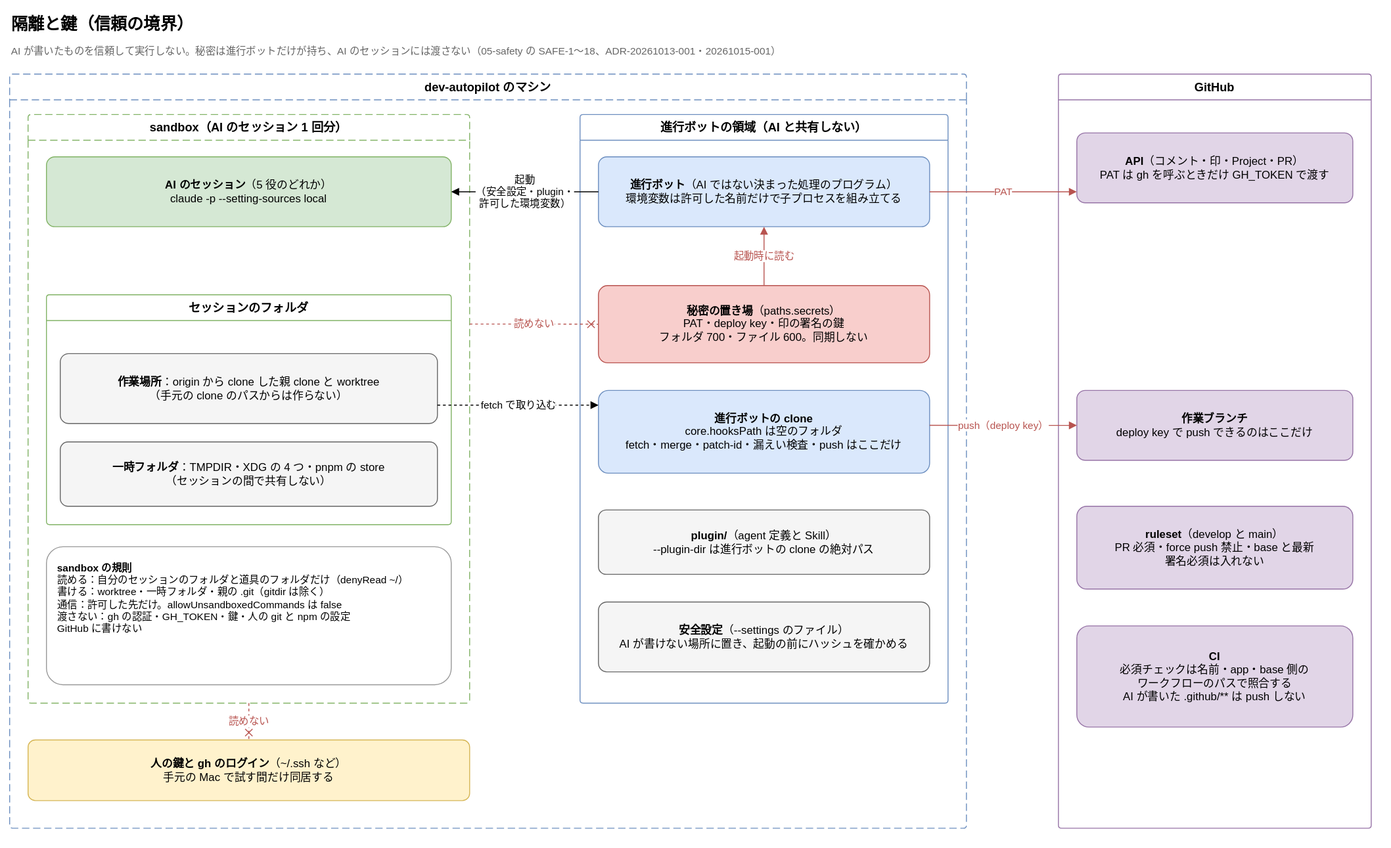
The draw.io diagram dev-autopilot/docs/diagrams/isolation-and-keys.drawio.svg in Joymerrevent/business-os, before a commit. Source tidied: cells renumbered, new cells last; positions are measured from the earlier drawing's top-left corner, leaving out a move shared by most shapes.
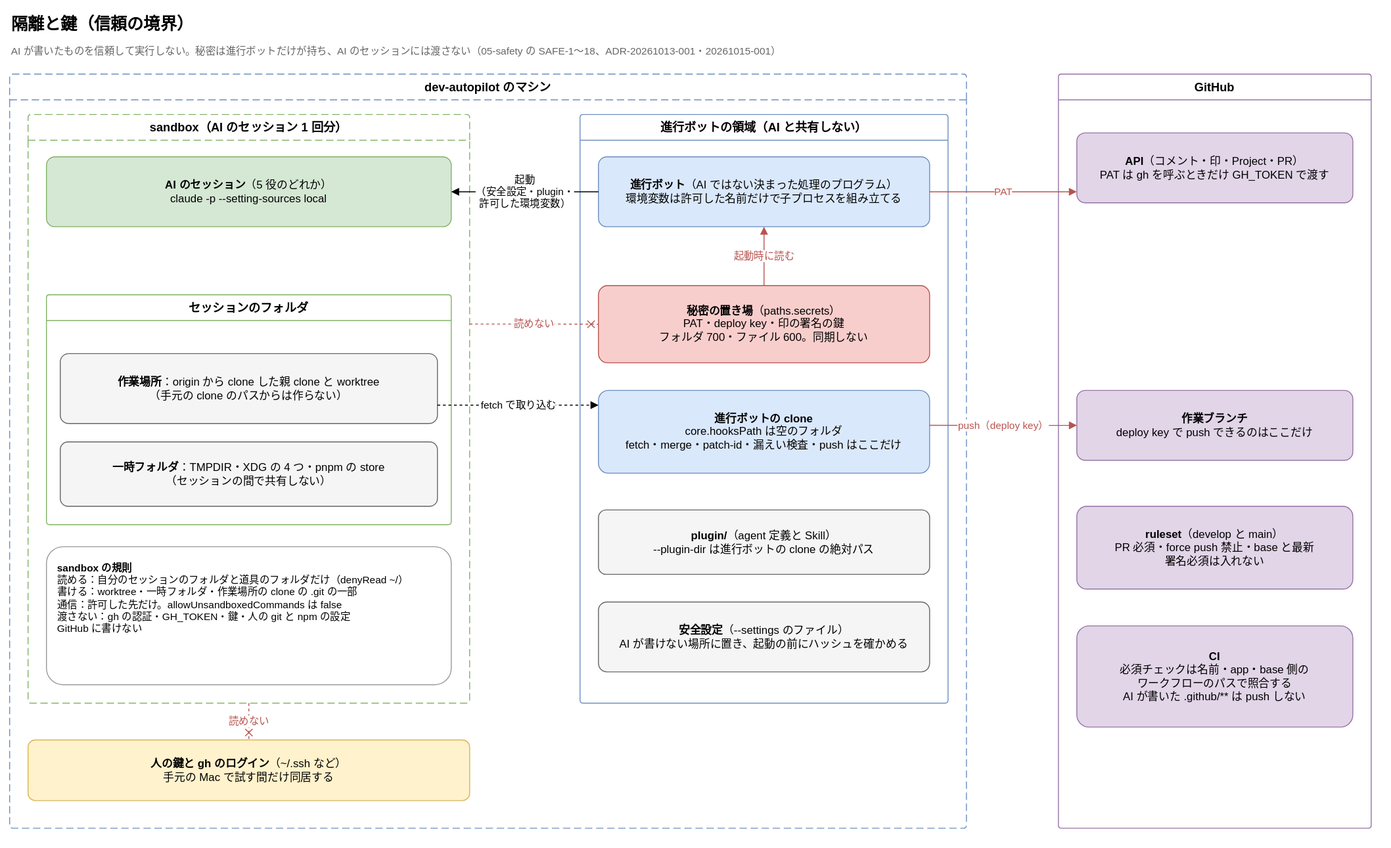
After the change.

Commit message:
docs(dev-autopilot): sandbox が書ける先を「作業場所の clone の .git の一部」と書く（隔離と鍵の図）

「親の .git（gitdir は除く）」は、何の親かが分からず、gitdir 以外はすべて書けるように読めた。
書けるのは .git の一部だけ（config・hooks・commondir・gitdir は書けない。SAFE-10・SAFE-11、FACT-9）なので、
図の中の作業場所の箱を指す「作業場所の clone の .git の一部」と書く。

The edit, as a diff of the source:
```diff
@@ -26,7 +26,7 @@
     <mxCell id="9" value="&lt;b&gt;一時フォルダ&lt;/b&gt;：TMPDIR・XDG の 4 つ・pnpm の store&lt;br&gt;（セッションの間で共有しない）" style="rounded=1;whiteSpace=wrap;html=1;fontSize=12;arcSize=12;fillColor=#f5f5f5;strokeColor=#666666;spacing=12;" parent="7" vertex="1">
       <mxGeometry x="15" y="160" width="410" height="70" as="geometry" />
     </mxCell>
-    <mxCell id="10" value="&lt;b&gt;sandbox の規則&lt;/b&gt;&lt;br&gt;読める：自分のセッションのフォルダと道具のフォルダだけ（denyRead ~/）&lt;br&gt;書ける：worktree・一時フォルダ・親の .git（gitdir は除く）&lt;br&gt;通信：許可した先だけ。allowUnsandboxedCommands は false&lt;br&gt;渡さない：gh の認証・GH_TOKEN・鍵・人の git と npm の設定&lt;br&gt;GitHub に書けない" style="rounded=1;whiteSpace=wrap;html=1;fontSize=12;arcSize=12;align=left;verticalAlign=top;fontSize=11;fillColor=#ffffff;strokeColor=#999999;spacing=12;" parent="5" vertex="1">
+    <mxCell id="10" value="&lt;b&gt;sandbox の規則&lt;/b&gt;&lt;br&gt;読める：自分のセッションのフォルダと道具のフォルダだけ（denyRead ~/）&lt;br&gt;書ける：worktree・一時フォルダ・作業場所の clone の .git の一部&lt;br&gt;通信：許可した先だけ。allowUnsandboxedCommands は false&lt;br&gt;渡さない：gh の認証・GH_TOKEN・鍵・人の git と npm の設定&lt;br&gt;GitHub に書けない" style="rounded=1;whiteSpace=wrap;html=1;fontSize=12;arcSize=12;align=left;verticalAlign=top;fontSize=11;fillColor=#ffffff;strokeColor=#999999;spacing=12;" parent="5" vertex="1">
       <mxGeometry x="20" y="470" width="440" height="150" as="geometry" />
     </mxCell>
     <mxCell id="11" value="進行ボットの領域（AI と共有しない）" style="swimlane;startSize=28;html=1;whiteSpace=wrap;rounded=1;arcSize=4;fontStyle=1;fontSize=13;strokeColor=#6c8ebf;fillColor=none;swimlaneFillColor=none;" parent="4" vertex="1">
```
